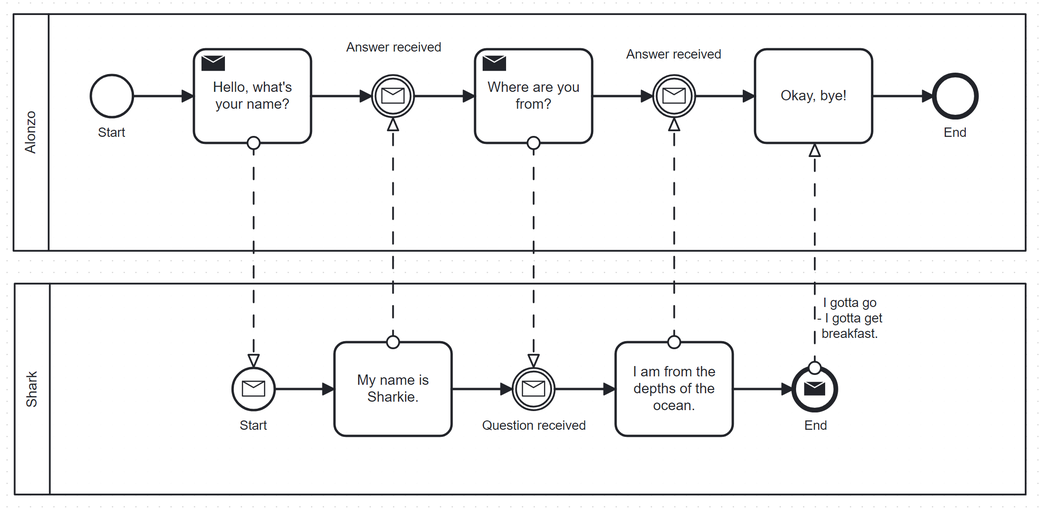
Earlier version of the BPMN export img/conversation.png (birkenkrahe/snap). Its source is kept beside it as img/conversation.bpmn. Ids are renumbered. Source of this version:
```xml
<bpmn:definitions xmlns:xsi="http://www.w3.org/2001/XMLSchema-instance" xmlns:bpmn="http://www.omg.org/spec/BPMN/20100524/MODEL" xmlns:bpmndi="http://www.omg.org/spec/BPMN/20100524/DI" xmlns:dc="http://www.omg.org/spec/DD/20100524/DC" xmlns:di="http://www.omg.org/spec/DD/20100524/DI" id="Definitions_n1" targetNamespace="http://bpmn.io/schema/bpmn" exporter="bpmn-js (https://demo.bpmn.io)" exporterVersion="14.0.0">
  <bpmn:collaboration id="Collaboration_n2">
    <bpmn:participant id="Participant_n3" name="Alonzo" processRef="Process_n4" />
    <bpmn:participant id="Participant_n5" name="Shark" processRef="Process_n6" />
    <bpmn:messageFlow id="Flow_n7" sourceRef="Activity_n8" targetRef="Event_n9" />
    <bpmn:messageFlow id="Flow_n10" sourceRef="Activity_n11" targetRef="Event_n12" />
    <bpmn:messageFlow id="Flow_n13" sourceRef="Activity_n14" targetRef="Event_n15" />
    <bpmn:messageFlow id="Flow_n16" sourceRef="Activity_n17" targetRef="Event_n18" />
    <bpmn:messageFlow id="Flow_n19" name="I gotta go - I gotta get&#10;breakfast." sourceRef="Event_n20" targetRef="Activity_n21" />
  </bpmn:collaboration>
  <bpmn:process id="Process_n4" isExecutable="false">
    <bpmn:startEvent id="StartEvent_n22" name="Start">
      <bpmn:outgoing>Flow_n23</bpmn:outgoing>
    </bpmn:startEvent>
    <bpmn:sendTask id="Activity_n8" name="Hello, what&#39;s your name?">
      <bpmn:incoming>Flow_n23</bpmn:incoming>
      <bpmn:outgoing>Flow_n24</bpmn:outgoing>
    </bpmn:sendTask>
    <bpmn:intermediateCatchEvent id="Event_n12" name="Answer received">
      <bpmn:incoming>Flow_n24</bpmn:incoming>
      <bpmn:outgoing>Flow_n25</bpmn:outgoing>
      <bpmn:messageEventDefinition id="MessageEventDefinition_n26" />
    </bpmn:intermediateCatchEvent>
    <bpmn:sendTask id="Activity_n14" name="Where are you from?">
      <bpmn:incoming>Flow_n25</bpmn:incoming>
      <bpmn:outgoing>Flow_n27</bpmn:outgoing>
    </bpmn:sendTask>
    <bpmn:intermediateCatchEvent id="Event_n18" name="Answer received">
      <bpmn:incoming>Flow_n27</bpmn:incoming>
      <bpmn:outgoing>Flow_n28</bpmn:outgoing>
      <bpmn:messageEventDefinition id="MessageEventDefinition_n29" />
    </bpmn:intermediateCatchEvent>
    <bpmn:task id="Activity_n21" name="Okay, bye!">
      <bpmn:incoming>Flow_n28</bpmn:incoming>
      <bpmn:outgoing>Flow_n30</bpmn:outgoing>
    </bpmn:task>
    <bpmn:endEvent id="Event_n31" name="End">
      <bpmn:incoming>Flow_n30</bpmn:incoming>
    </bpmn:endEvent>
    <bpmn:sequenceFlow id="Flow_n23" sourceRef="StartEvent_n22" targetRef="Activity_n8" />
    <bpmn:sequenceFlow id="Flow_n24" sourceRef="Activity_n8" targetRef="Event_n12" />
    <bpmn:sequenceFlow id="Flow_n25" sourceRef="Event_n12" targetRef="Activity_n14" />
    <bpmn:sequenceFlow id="Flow_n27" sourceRef="Activity_n14" targetRef="Event_n18" />
    <bpmn:sequenceFlow id="Flow_n28" sourceRef="Event_n18" targetRef="Activity_n21" />
    <bpmn:sequenceFlow id="Flow_n30" sourceRef="Activity_n21" targetRef="Event_n31" />
  </bpmn:process>
  <bpmn:process id="Process_n6">
    <bpmn:startEvent id="Event_n9" name="Start">
      <bpmn:outgoing>Flow_n32</bpmn:outgoing>
      <bpmn:messageEventDefinition id="MessageEventDefinition_n33" />
    </bpmn:startEvent>
    <bpmn:task id="Activity_n11" name="My name is Sharkie.">
      <bpmn:incoming>Flow_n32</bpmn:incoming>
      <bpmn:outgoing>Flow_n34</bpmn:outgoing>
    </bpmn:task>
    <bpmn:intermediateCatchEvent id="Event_n15" name="Question received">
      <bpmn:incoming>Flow_n34</bpmn:incoming>
      <bpmn:outgoing>Flow_n35</bpmn:outgoing>
      <bpmn:messageEventDefinition id="MessageEventDefinition_n36" />
    </bpmn:intermediateCatchEvent>
    <bpmn:task id="Activity_n17" name="I am from the depths of the ocean.">
      <bpmn:incoming>Flow_n35</bpmn:incoming>
      <bpmn:outgoing>Flow_n37</bpmn:outgoing>
    </bpmn:task>
    <bpmn:endEvent id="Event_n20" name="End">
      <bpmn:incoming>Flow_n37</bpmn:incoming>
      <bpmn:messageEventDefinition id="MessageEventDefinition_n38" />
    </bpmn:endEvent>
    <bpmn:sequenceFlow id="Flow_n32" sourceRef="Event_n9" targetRef="Activity_n11" />
    <bpmn:sequenceFlow id="Flow_n34" sourceRef="Activity_n11" targetRef="Event_n15" />
    <bpmn:sequenceFlow id="Flow_n35" sourceRef="Event_n15" targetRef="Activity_n17" />
    <bpmn:sequenceFlow id="Flow_n37" sourceRef="Activity_n17" targetRef="Event_n20" />
  </bpmn:process>
  <bpmndi:BPMNDiagram id="BPMNDiagram_1">
    <bpmndi:BPMNPlane id="BPMNPlane_1" bpmnElement="Collaboration_n2">
      <bpmndi:BPMNShape id="Participant_n3_di" bpmnElement="Participant_n3" isHorizontal="true">
        <dc:Bounds x="156" y="110" width="864" height="202" />
        <bpmndi:BPMNLabel />
      </bpmndi:BPMNShape>
      <bpmndi:BPMNShape id="_BPMNShape_StartEvent_2" bpmnElement="StartEvent_n22">
        <dc:Bounds x="222" y="162" width="36" height="36" />
        <bpmndi:BPMNLabel>
          <dc:Bounds x="228" y="205" width="24" height="14" />
        </bpmndi:BPMNLabel>
      </bpmndi:BPMNShape>
      <bpmndi:BPMNShape id="Activity_1tu0zvb_di" bpmnElement="Activity_n8">
        <dc:Bounds x="310" y="140" width="100" height="80" />
        <bpmndi:BPMNLabel />
      </bpmndi:BPMNShape>
      <bpmndi:BPMNShape id="Event_133himh_di" bpmnElement="Event_n12">
        <dc:Bounds x="462" y="162" width="36" height="36" />
        <bpmndi:BPMNLabel>
          <dc:Bounds x="440" y="132" width="81" height="14" />
        </bpmndi:BPMNLabel>
      </bpmndi:BPMNShape>
      <bpmndi:BPMNShape id="Activity_1dmmzqw_di" bpmnElement="Activity_n14">
        <dc:Bounds x="550" y="140" width="100" height="80" />
      </bpmndi:BPMNShape>
      <bpmndi:BPMNShape id="Event_1kq9tj9_di" bpmnElement="Event_n18">
        <dc:Bounds x="702" y="162" width="36" height="36" />
        <bpmndi:BPMNLabel>
          <dc:Bounds x="679" y="138" width="81" height="14" />
        </bpmndi:BPMNLabel>
      </bpmndi:BPMNShape>
      <bpmndi:BPMNShape id="Activity_n21_di" bpmnElement="Activity_n21">
        <dc:Bounds x="789" y="140" width="100" height="80" />
        <bpmndi:BPMNLabel />
      </bpmndi:BPMNShape>
      <bpmndi:BPMNShape id="Event_n31_di" bpmnElement="Event_n31">
        <dc:Bounds x="942" y="162" width="36" height="36" />
        <bpmndi:BPMNLabel>
          <dc:Bounds x="950" y="205" width="20" height="14" />
        </bpmndi:BPMNLabel>
      </bpmndi:BPMNShape>
      <bpmndi:BPMNEdge id="Flow_n23_di" bpmnElement="Flow_n23">
        <di:waypoint x="258" y="180" />
        <di:waypoint x="310" y="180" />
      </bpmndi:BPMNEdge>
      <bpmndi:BPMNEdge id="Flow_n24_di" bpmnElement="Flow_n24">
        <di:waypoint x="410" y="180" />
        <di:waypoint x="462" y="180" />
      </bpmndi:BPMNEdge>
      <bpmndi:BPMNEdge id="Flow_n25_di" bpmnElement="Flow_n25">
        <di:waypoint x="498" y="180" />
        <di:waypoint x="550" y="180" />
      </bpmndi:BPMNEdge>
      <bpmndi:BPMNEdge id="Flow_n27_di" bpmnElement="Flow_n27">
        <di:waypoint x="650" y="180" />
        <di:waypoint x="702" y="180" />
      </bpmndi:BPMNEdge>
      <bpmndi:BPMNEdge id="Flow_n28_di" bpmnElement="Flow_n28">
        <di:waypoint x="738" y="180" />
        <di:waypoint x="789" y="180" />
      </bpmndi:BPMNEdge>
      <bpmndi:BPMNEdge id="Flow_n30_di" bpmnElement="Flow_n30">
        <di:waypoint x="889" y="180" />
        <di:waypoint x="942" y="180" />
      </bpmndi:BPMNEdge>
      <bpmndi:BPMNShape id="Participant_n5_di" bpmnElement="Participant_n5" isHorizontal="true">
        <dc:Bounds x="157" y="340" width="863" height="180" />
        <bpmndi:BPMNLabel />
      </bpmndi:BPMNShape>
      <bpmndi:BPMNShape id="Event_05wvx4z_di" bpmnElement="Event_n9">
        <dc:Bounds x="343" y="412" width="36" height="36" />
        <bpmndi:BPMNLabel>
          <dc:Bounds x="349" y="455" width="24" height="14" />
        </bpmndi:BPMNLabel>
      </bpmndi:BPMNShape>
      <bpmndi:BPMNShape id="Activity_n11_di" bpmnElement="Activity_n11">
        <dc:Bounds x="430" y="390" width="100" height="80" />
        <bpmndi:BPMNLabel />
      </bpmndi:BPMNShape>
      <bpmndi:BPMNShape id="Event_0i6f6zl_di" bpmnElement="Event_n15">
        <dc:Bounds x="582" y="412" width="36" height="36" />
        <bpmndi:BPMNLabel>
          <dc:Bounds x="556" y="455" width="89" height="14" />
        </bpmndi:BPMNLabel>
      </bpmndi:BPMNShape>
      <bpmndi:BPMNShape id="Activity_n17_di" bpmnElement="Activity_n17">
        <dc:Bounds x="670" y="390" width="100" height="80" />
        <bpmndi:BPMNLabel />
      </bpmndi:BPMNShape>
      <bpmndi:BPMNShape id="Event_01ucsnu_di" bpmnElement="Event_n20">
        <dc:Bounds x="822" y="412" width="36" height="36" />
        <bpmndi:BPMNLabel>
          <dc:Bounds x="831" y="455" width="20" height="14" />
        </bpmndi:BPMNLabel>
      </bpmndi:BPMNShape>
      <bpmndi:BPMNEdge id="Flow_n32_di" bpmnElement="Flow_n32">
        <di:waypoint x="379" y="430" />
        <di:waypoint x="430" y="430" />
      </bpmndi:BPMNEdge>
      <bpmndi:BPMNEdge id="Flow_n34_di" bpmnElement="Flow_n34">
        <di:waypoint x="530" y="430" />
        <di:waypoint x="582" y="430" />
      </bpmndi:BPMNEdge>
      <bpmndi:BPMNEdge id="Flow_n35_di" bpmnElement="Flow_n35">
        <di:waypoint x="618" y="430" />
        <di:waypoint x="670" y="430" />
      </bpmndi:BPMNEdge>
      <bpmndi:BPMNEdge id="Flow_n37_di" bpmnElement="Flow_n37">
        <di:waypoint x="770" y="430" />
        <di:waypoint x="822" y="430" />
      </bpmndi:BPMNEdge>
      <bpmndi:BPMNEdge id="Flow_n7_di" bpmnElement="Flow_n7">
        <di:waypoint x="361" y="220" />
        <di:waypoint x="361" y="412" />
      </bpmndi:BPMNEdge>
      <bpmndi:BPMNEdge id="Flow_n10_di" bpmnElement="Flow_n10">
        <di:waypoint x="480" y="390" />
        <di:waypoint x="480" y="198" />
      </bpmndi:BPMNEdge>
      <bpmndi:BPMNEdge id="Flow_n13_di" bpmnElement="Flow_n13">
        <di:waypoint x="600" y="220" />
        <di:waypoint x="600" y="412" />
      </bpmndi:BPMNEdge>
      <bpmndi:BPMNEdge id="Flow_n16_di" bpmnElement="Flow_n16">
        <di:waypoint x="720" y="390" />
        <di:waypoint x="720" y="198" />
      </bpmndi:BPMNEdge>
      <bpmndi:BPMNEdge id="Flow_n19_di" bpmnElement="Flow_n19">
        <di:waypoint x="840" y="412" />
        <di:waypoint x="840" y="220" />
        <bpmndi:BPMNLabel>
          <dc:Bounds x="842" y="350" width="56" height="40" />
        </bpmndi:BPMNLabel>
      </bpmndi:BPMNEdge>
    </bpmndi:BPMNPlane>
  </bpmndi:BPMNDiagram>
</bpmn:definitions>
```
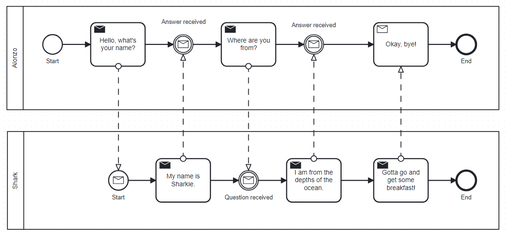
After the change.

What changed in the source:
```diff
@@ -6,7 +6,7 @@
     <bpmn:messageFlow id="Flow_n10" sourceRef="Activity_n11" targetRef="Event_n12" />
     <bpmn:messageFlow id="Flow_n13" sourceRef="Activity_n14" targetRef="Event_n15" />
     <bpmn:messageFlow id="Flow_n16" sourceRef="Activity_n17" targetRef="Event_n18" />
-    <bpmn:messageFlow id="Flow_n19" name="I gotta go - I gotta get&#10;breakfast." sourceRef="Event_n20" targetRef="Activity_n21" />
+    <bpmn:messageFlow id="Flow_n39" sourceRef="Activity_n40" targetRef="Activity_n21" />
   </bpmn:collaboration>
   <bpmn:process id="Process_n4" isExecutable="false">
     <bpmn:startEvent id="StartEvent_n22" name="Start">
@@ -30,51 +30,55 @@
       <bpmn:outgoing>Flow_n28</bpmn:outgoing>
       <bpmn:messageEventDefinition id="MessageEventDefinition_n29" />
     </bpmn:intermediateCatchEvent>
-    <bpmn:task id="Activity_n21" name="Okay, bye!">
-      <bpmn:incoming>Flow_n28</bpmn:incoming>
-      <bpmn:outgoing>Flow_n30</bpmn:outgoing>
-    </bpmn:task>
-    <bpmn:endEvent id="Event_n31" name="End">
-      <bpmn:incoming>Flow_n30</bpmn:incoming>
-    </bpmn:endEvent>
     <bpmn:sequenceFlow id="Flow_n23" sourceRef="StartEvent_n22" targetRef="Activity_n8" />
     <bpmn:sequenceFlow id="Flow_n24" sourceRef="Activity_n8" targetRef="Event_n12" />
     <bpmn:sequenceFlow id="Flow_n25" sourceRef="Event_n12" targetRef="Activity_n14" />
     <bpmn:sequenceFlow id="Flow_n27" sourceRef="Activity_n14" targetRef="Event_n18" />
     <bpmn:sequenceFlow id="Flow_n28" sourceRef="Event_n18" targetRef="Activity_n21" />
     <bpmn:sequenceFlow id="Flow_n30" sourceRef="Activity_n21" targetRef="Event_n31" />
+    <bpmn:receiveTask id="Activity_n21" name="Okay, bye!">
+      <bpmn:incoming>Flow_n28</bpmn:incoming>
+      <bpmn:outgoing>Flow_n30</bpmn:outgoing>
+    </bpmn:receiveTask>
+    <bpmn:endEvent id="Event_n31" name="End">
+      <bpmn:incoming>Flow_n30</bpmn:incoming>
+    </bpmn:endEvent>
   </bpmn:process>
   <bpmn:process id="Process_n6">
     <bpmn:startEvent id="Event_n9" name="Start">
       <bpmn:outgoing>Flow_n32</bpmn:outgoing>
       <bpmn:messageEventDefinition id="MessageEventDefinition_n33" />
     </bpmn:startEvent>
-    <bpmn:task id="Activity_n11" name="My name is Sharkie.">
-      <bpmn:incoming>Flow_n32</bpmn:incoming>
-      <bpmn:outgoing>Flow_n34</bpmn:outgoing>
-    </bpmn:task>
     <bpmn:intermediateCatchEvent id="Event_n15" name="Question received">
       <bpmn:incoming>Flow_n34</bpmn:incoming>
       <bpmn:outgoing>Flow_n35</bpmn:outgoing>
       <bpmn:messageEventDefinition id="MessageEventDefinition_n36" />
     </bpmn:intermediateCatchEvent>
-    <bpmn:task id="Activity_n17" name="I am from the depths of the ocean.">
-      <bpmn:incoming>Flow_n35</bpmn:incoming>
-      <bpmn:outgoing>Flow_n37</bpmn:outgoing>
-    </bpmn:task>
-    <bpmn:endEvent id="Event_n20" name="End">
-      <bpmn:incoming>Flow_n37</bpmn:incoming>
-      <bpmn:messageEventDefinition id="MessageEventDefinition_n38" />
-    </bpmn:endEvent>
     <bpmn:sequenceFlow id="Flow_n32" sourceRef="Event_n9" targetRef="Activity_n11" />
     <bpmn:sequenceFlow id="Flow_n34" sourceRef="Activity_n11" targetRef="Event_n15" />
     <bpmn:sequenceFlow id="Flow_n35" sourceRef="Event_n15" targetRef="Activity_n17" />
-    <bpmn:sequenceFlow id="Flow_n37" sourceRef="Activity_n17" targetRef="Event_n20" />
+    <bpmn:sequenceFlow id="Flow_n41" sourceRef="Activity_n17" targetRef="Activity_n40" />
+    <bpmn:sendTask id="Activity_n17" name="I am from the depths of the ocean.">
+      <bpmn:incoming>Flow_n35</bpmn:incoming>
+      <bpmn:outgoing>Flow_n41</bpmn:outgoing>
+    </bpmn:sendTask>
+    <bpmn:sendTask id="Activity_n11" name="My name is Sharkie.">
+      <bpmn:incoming>Flow_n32</bpmn:incoming>
+      <bpmn:outgoing>Flow_n34</bpmn:outgoing>
+    </bpmn:sendTask>
+    <bpmn:sendTask id="Activity_n40" name="Gotta go and get some breakfast!">
+      <bpmn:incoming>Flow_n41</bpmn:incoming>
+      <bpmn:outgoing>Flow_n42</bpmn:outgoing>
+    </bpmn:sendTask>
+    <bpmn:sequenceFlow id="Flow_n42" sourceRef="Activity_n40" targetRef="Event_n43" />
+    <bpmn:endEvent id="Event_n43" name="End">
+      <bpmn:incoming>Flow_n42</bpmn:incoming>
+    </bpmn:endEvent>
   </bpmn:process>
   <bpmndi:BPMNDiagram id="BPMNDiagram_1">
     <bpmndi:BPMNPlane id="BPMNPlane_1" bpmnElement="Collaboration_n2">
       <bpmndi:BPMNShape id="Participant_n3_di" bpmnElement="Participant_n3" isHorizontal="true">
-        <dc:Bounds x="156" y="110" width="864" height="202" />
+        <dc:Bounds x="156" y="110" width="904" height="190" />
         <bpmndi:BPMNLabel />
       </bpmndi:BPMNShape>
       <bpmndi:BPMNShape id="_BPMNShape_StartEvent_2" bpmnElement="StartEvent_n22">
@@ -102,14 +106,13 @@
           <dc:Bounds x="679" y="138" width="81" height="14" />
         </bpmndi:BPMNLabel>
       </bpmndi:BPMNShape>
-      <bpmndi:BPMNShape id="Activity_n21_di" bpmnElement="Activity_n21">
-        <dc:Bounds x="789" y="140" width="100" height="80" />
-        <bpmndi:BPMNLabel />
+      <bpmndi:BPMNShape id="Activity_1gbd5i6_di" bpmnElement="Activity_n21">
+        <dc:Bounds x="830" y="140" width="100" height="80" />
       </bpmndi:BPMNShape>
       <bpmndi:BPMNShape id="Event_n31_di" bpmnElement="Event_n31">
-        <dc:Bounds x="942" y="162" width="36" height="36" />
+        <dc:Bounds x="982" y="162" width="36" height="36" />
         <bpmndi:BPMNLabel>
-          <dc:Bounds x="950" y="205" width="20" height="14" />
+          <dc:Bounds x="990" y="205" width="20" height="14" />
         </bpmndi:BPMNLabel>
       </bpmndi:BPMNShape>
       <bpmndi:BPMNEdge id="Flow_n23_di" bpmnElement="Flow_n23">
@@ -130,14 +133,14 @@
       </bpmndi:BPMNEdge>
       <bpmndi:BPMNEdge id="Flow_n28_di" bpmnElement="Flow_n28">
         <di:waypoint x="738" y="180" />
-        <di:waypoint x="789" y="180" />
+        <di:waypoint x="830" y="180" />
       </bpmndi:BPMNEdge>
       <bpmndi:BPMNEdge id="Flow_n30_di" bpmnElement="Flow_n30">
-        <di:waypoint x="889" y="180" />
-        <di:waypoint x="942" y="180" />
+        <di:waypoint x="930" y="180" />
+        <di:waypoint x="982" y="180" />
       </bpmndi:BPMNEdge>
       <bpmndi:BPMNShape id="Participant_n5_di" bpmnElement="Participant_n5" isHorizontal="true">
-        <dc:Bounds x="157" y="340" width="863" height="180" />
+        <dc:Bounds x="157" y="340" width="903" height="180" />
         <bpmndi:BPMNLabel />
       </bpmndi:BPMNShape>
       <bpmndi:BPMNShape id="Event_05wvx4z_di" bpmnElement="Event_n9">
@@ -146,24 +149,26 @@
           <dc:Bounds x="349" y="455" width="24" height="14" />
         </bpmndi:BPMNLabel>
       </bpmndi:BPMNShape>
-      <bpmndi:BPMNShape id="Activity_n11_di" bpmnElement="Activity_n11">
-        <dc:Bounds x="430" y="390" width="100" height="80" />
-        <bpmndi:BPMNLabel />
-      </bpmndi:BPMNShape>
       <bpmndi:BPMNShape id="Event_0i6f6zl_di" bpmnElement="Event_n15">
         <dc:Bounds x="582" y="412" width="36" height="36" />
         <bpmndi:BPMNLabel>
           <dc:Bounds x="556" y="455" width="89" height="14" />
         </bpmndi:BPMNLabel>
       </bpmndi:BPMNShape>
-      <bpmndi:BPMNShape id="Activity_n17_di" bpmnElement="Activity_n17">
+      <bpmndi:BPMNShape id="Activity_09auagn_di" bpmnElement="Activity_n17">
         <dc:Bounds x="670" y="390" width="100" height="80" />
+      </bpmndi:BPMNShape>
+      <bpmndi:BPMNShape id="Activity_16xv1qo_di" bpmnElement="Activity_n11">
+        <dc:Bounds x="430" y="390" width="100" height="80" />
+      </bpmndi:BPMNShape>
+      <bpmndi:BPMNShape id="Activity_1ehrg65_di" bpmnElement="Activity_n40">
+        <dc:Bounds x="830" y="390" width="100" height="80" />
         <bpmndi:BPMNLabel />
       </bpmndi:BPMNShape>
-      <bpmndi:BPMNShape id="Event_01ucsnu_di" bpmnElement="Event_n20">
-        <dc:Bounds x="822" y="412" width="36" height="36" />
+      <bpmndi:BPMNShape id="Event_n43_di" bpmnElement="Event_n43">
+        <dc:Bounds x="982" y="412" width="36" height="36" />
         <bpmndi:BPMNLabel>
-          <dc:Bounds x="831" y="455" width="20" height="14" />
+          <dc:Bounds x="990" y="455" width="20" height="14" />
         </bpmndi:BPMNLabel>
       </bpmndi:BPMNShape>
       <bpmndi:BPMNEdge id="Flow_n32_di" bpmnElement="Flow_n32">
@@ -178,9 +183,13 @@
         <di:waypoint x="618" y="430" />
         <di:waypoint x="670" y="430" />
       </bpmndi:BPMNEdge>
-      <bpmndi:BPMNEdge id="Flow_n37_di" bpmnElement="Flow_n37">
+      <bpmndi:BPMNEdge id="Flow_n41_di" bpmnElement="Flow_n41">
         <di:waypoint x="770" y="430" />
-        <di:waypoint x="822" y="430" />
+        <di:waypoint x="830" y="430" />
+      </bpmndi:BPMNEdge>
+      <bpmndi:BPMNEdge id="Flow_n42_di" bpmnElement="Flow_n42">
+        <di:waypoint x="930" y="430" />
+        <di:waypoint x="982" y="430" />
       </bpmndi:BPMNEdge>
       <bpmndi:BPMNEdge id="Flow_n7_di" bpmnElement="Flow_n7">
         <di:waypoint x="361" y="220" />
@@ -198,12 +207,9 @@
         <di:waypoint x="720" y="390" />
         <di:waypoint x="720" y="198" />
       </bpmndi:BPMNEdge>
-      <bpmndi:BPMNEdge id="Flow_n19_di" bpmnElement="Flow_n19">
-        <di:waypoint x="840" y="412" />
-        <di:waypoint x="840" y="220" />
-        <bpmndi:BPMNLabel>
-          <dc:Bounds x="842" y="350" width="56" height="40" />
-        </bpmndi:BPMNLabel>
+      <bpmndi:BPMNEdge id="Flow_n39_di" bpmnElement="Flow_n39">
+        <di:waypoint x="880" y="390" />
+        <di:waypoint x="880" y="220" />
       </bpmndi:BPMNEdge>
     </bpmndi:BPMNPlane>
   </bpmndi:BPMNDiagram>
```
